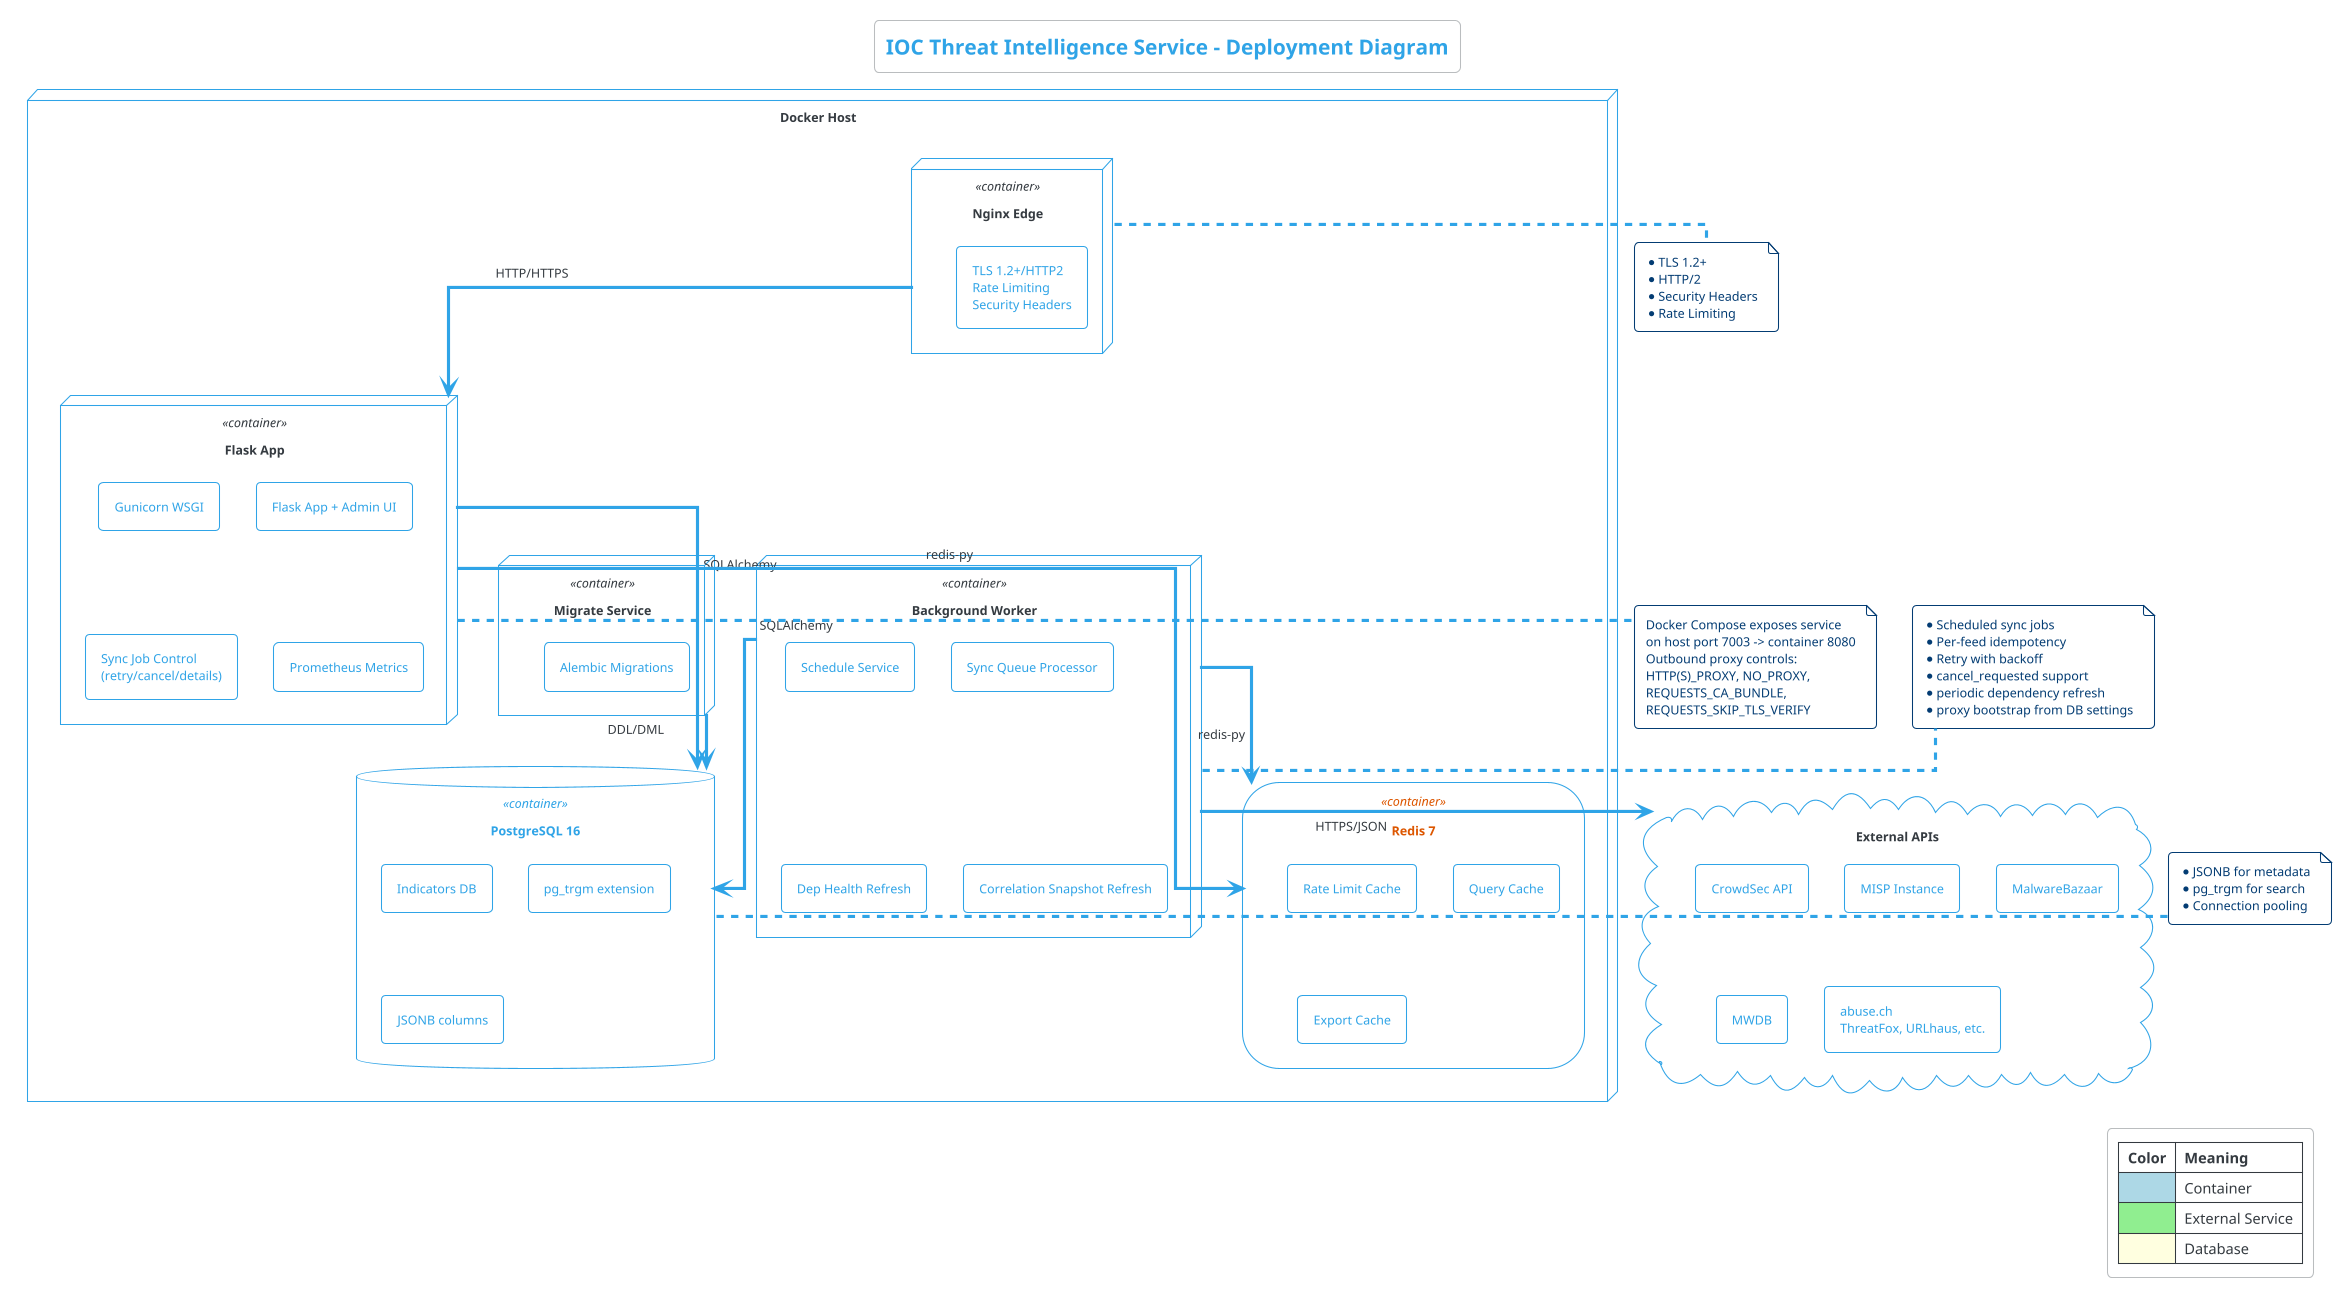
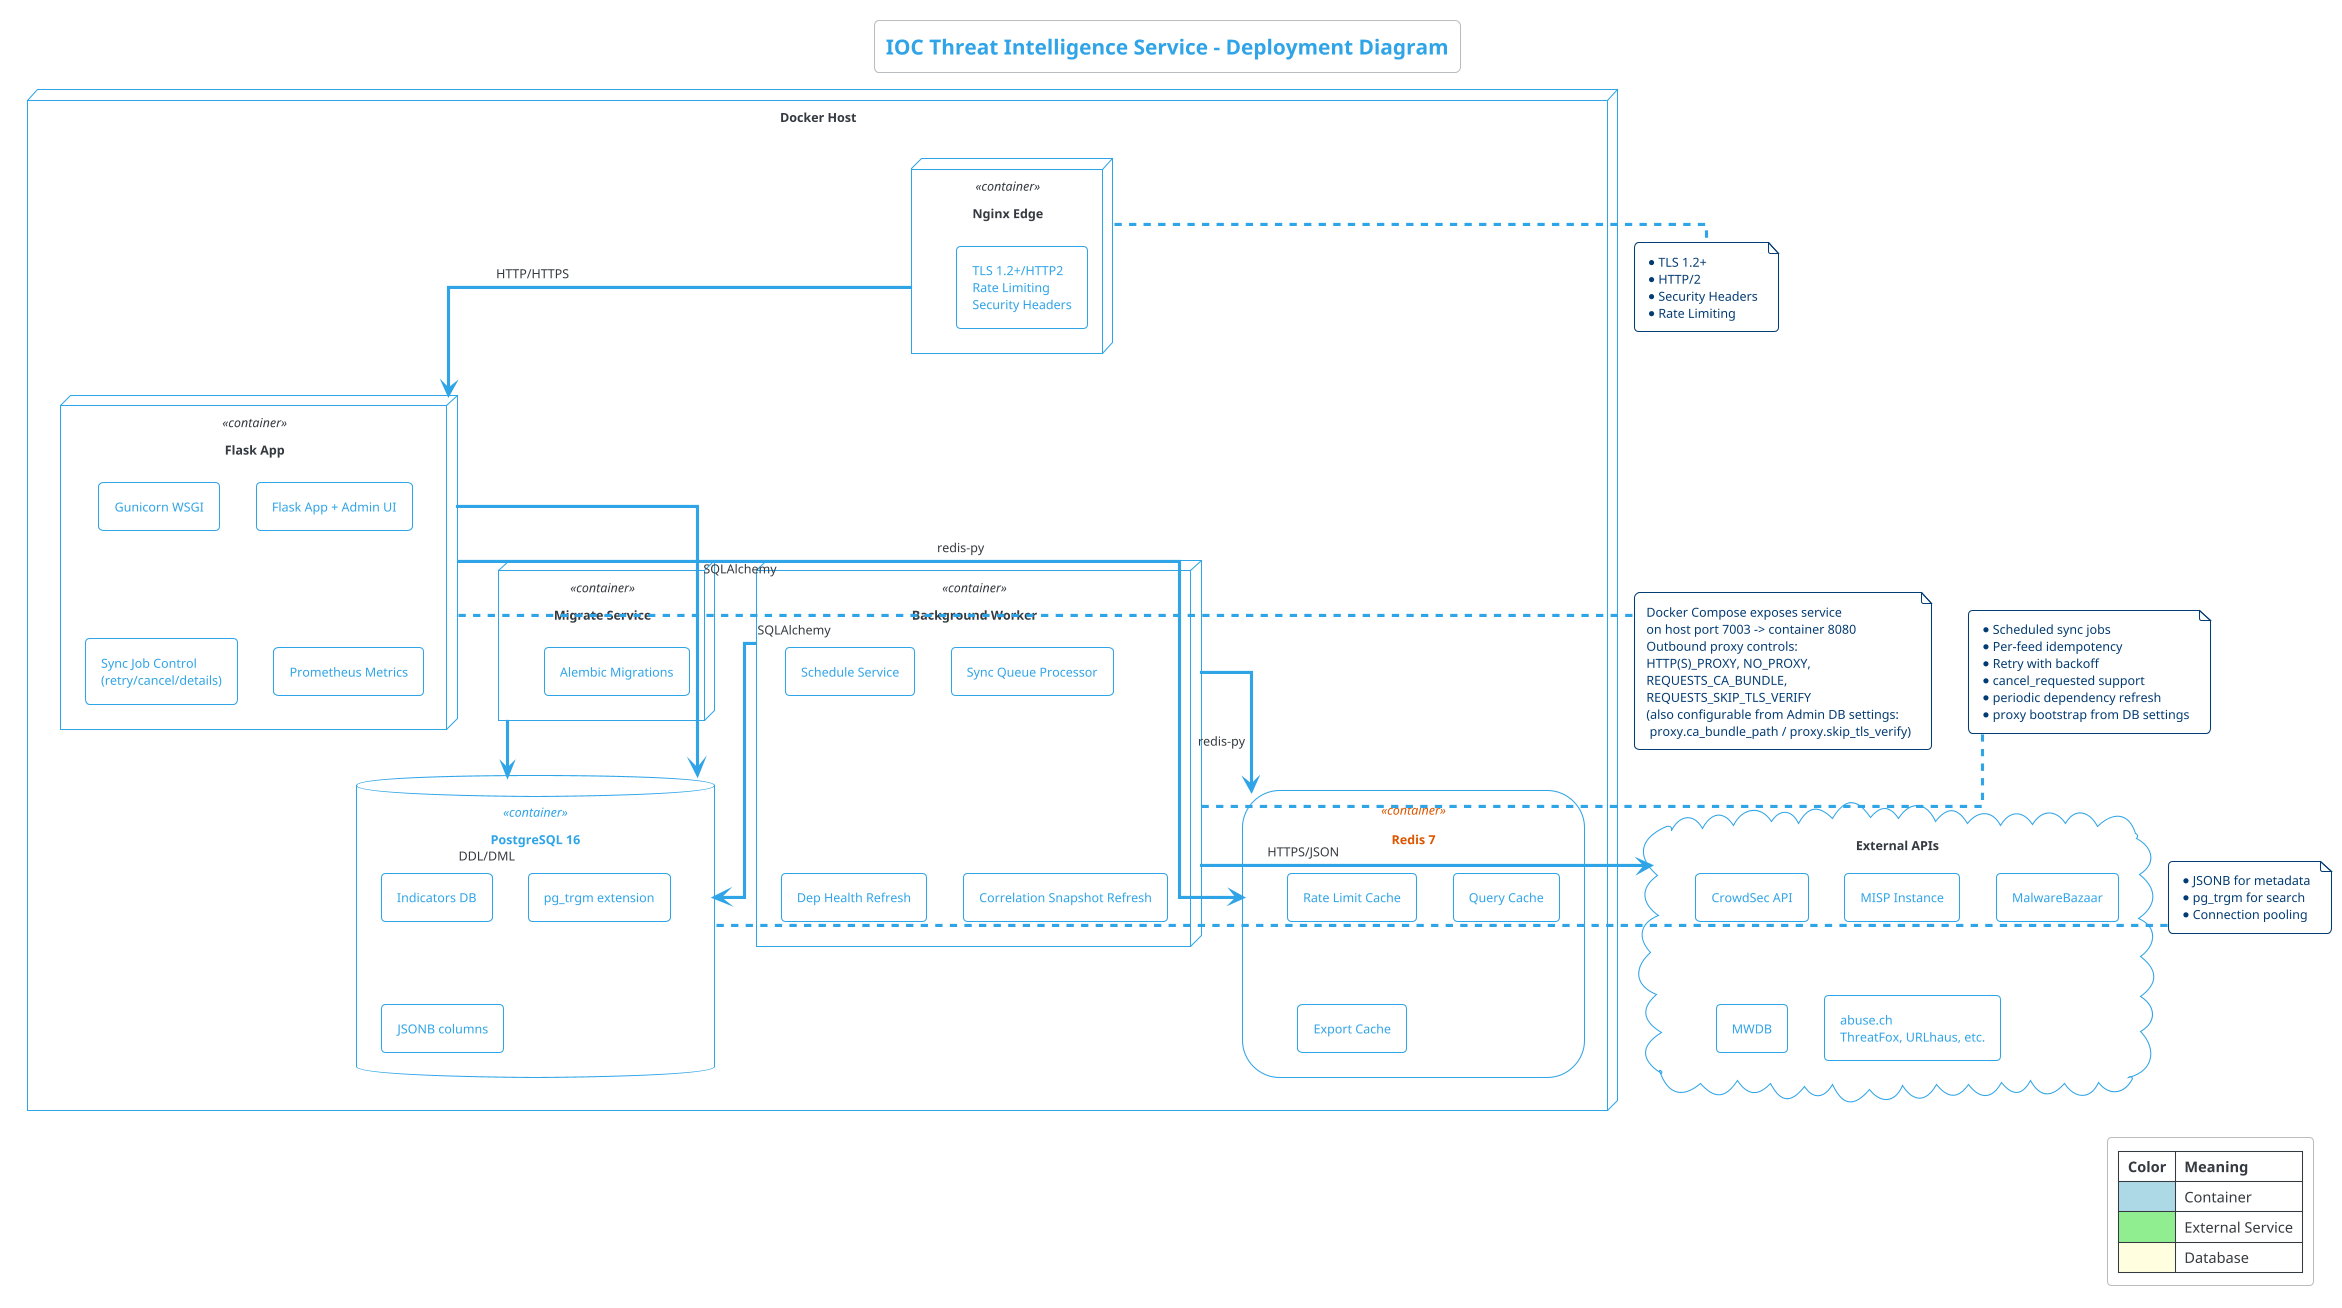
@startuml IOC_Service_Deployment
!theme cerulean-outline
skinparam componentStyle rectangle
skinparam linetype ortho

title IOC Threat Intelligence Service - Deployment Diagram

node "Docker Host" as DockerHost {

    node "Nginx Edge" as Nginx <<container>> {
        [TLS 1.2+/HTTP2\nRate Limiting\nSecurity Headers] as TLSEdge
    }

    node "Flask App" as App <<container>> {
        [Gunicorn WSGI] as Gunicorn
        [Flask App + Admin UI] as Flask
        [Sync Job Control\n(retry/cancel/details)] as JobCtrl
        [Prometheus Metrics] as Metrics
    }

    node "Background Worker" as Worker <<container>> {
        [Schedule Service] as Scheduler
        [Sync Queue Processor] as Processor
        [Dep Health Refresh] as DepRefresh
        [Correlation Snapshot Refresh] as CorrRefresh
    }

    database "PostgreSQL 16" as Postgres <<container>> {
        [Indicators DB] as IndicatorsDB
        [pg_trgm extension] as Trgm
        [JSONB columns] as JSONB
    }

    storage "Redis 7" as Redis <<container>> {
        [Rate Limit Cache] as RateLimit
        [Query Cache] as QueryCache
        [Export Cache] as ExportCache
    }

    node "Migrate Service" as Migrate <<container>> {
        [Alembic Migrations] as Alembic
    }
}

cloud "External APIs" as External {
    [CrowdSec API] as CrowdSec
    [MISP Instance] as MISP
    [MalwareBazaar] as Bazaar
    [MWDB] as MWDB
    [abuse.ch\nThreatFox, URLhaus, etc.] as AbuseCh
}

' Connections
Nginx --> App : HTTP/HTTPS
App --> Postgres : SQLAlchemy
App --> Redis : redis-py
Worker --> Postgres : SQLAlchemy
Worker --> Redis : redis-py
Worker --> External : HTTPS/JSON
Migrate --> Postgres : DDL/DML

' Notes
note right of Nginx
  * TLS 1.2+
  * HTTP/2
  * Security Headers
  * Rate Limiting
end note

note right of Postgres
  * JSONB for metadata
  * pg_trgm for search
  * Connection pooling
end note

note right of Worker
  * Scheduled sync jobs
  * Per-feed idempotency
  * Retry with backoff
  * cancel_requested support
  * periodic dependency refresh
  * proxy bootstrap from DB settings
end note

note bottom of App
  Docker Compose exposes service
  on host port 7003 -> container 8080
  Outbound proxy controls:
  HTTP(S)_PROXY, NO_PROXY,
  REQUESTS_CA_BUNDLE,
  REQUESTS_SKIP_TLS_VERIFY
+   (also configurable from Admin DB settings:
+    proxy.ca_bundle_path / proxy.skip_tls_verify)
end note

legend right
  |= Color |= Meaning |
  | <#LightBlue> | Container |
  | <#LightGreen> | External Service |
  | <#LightYellow> | Database |
endlegend

@enduml
